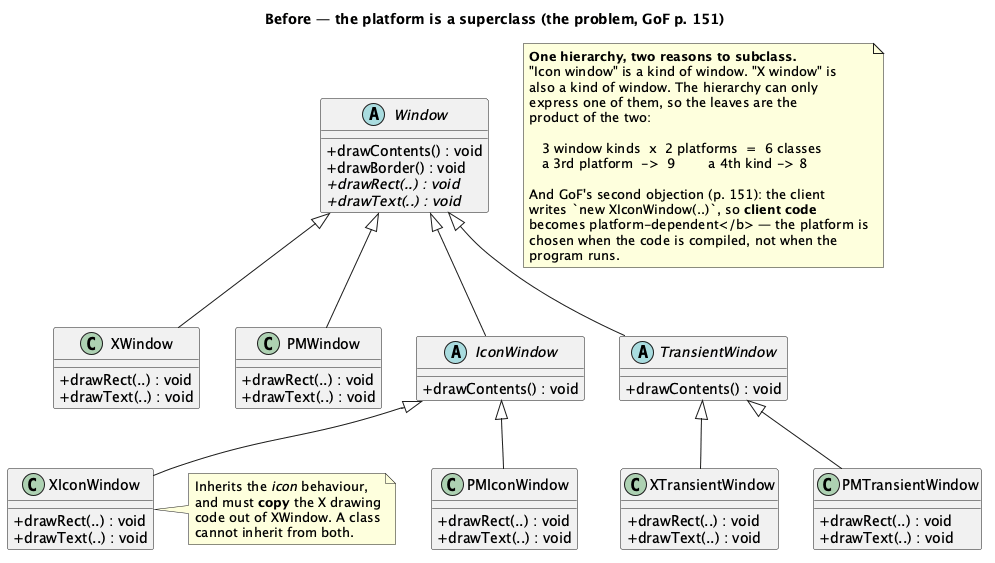
kaldiroglu/DesignPatternsWithJava keeps this PlantUML diagram as src/main/java/dev/kaldiroglu/dp/structural/bridge/gof/problem/uml/Bridge - Window (Problem) - Class Diagram.png. Above is the earlier version. Its source is kept beside it as src/main/java/dev/kaldiroglu/dp/structural/bridge/gof/problem/uml/Bridge - Window (Problem) - Class Diagram.puml.
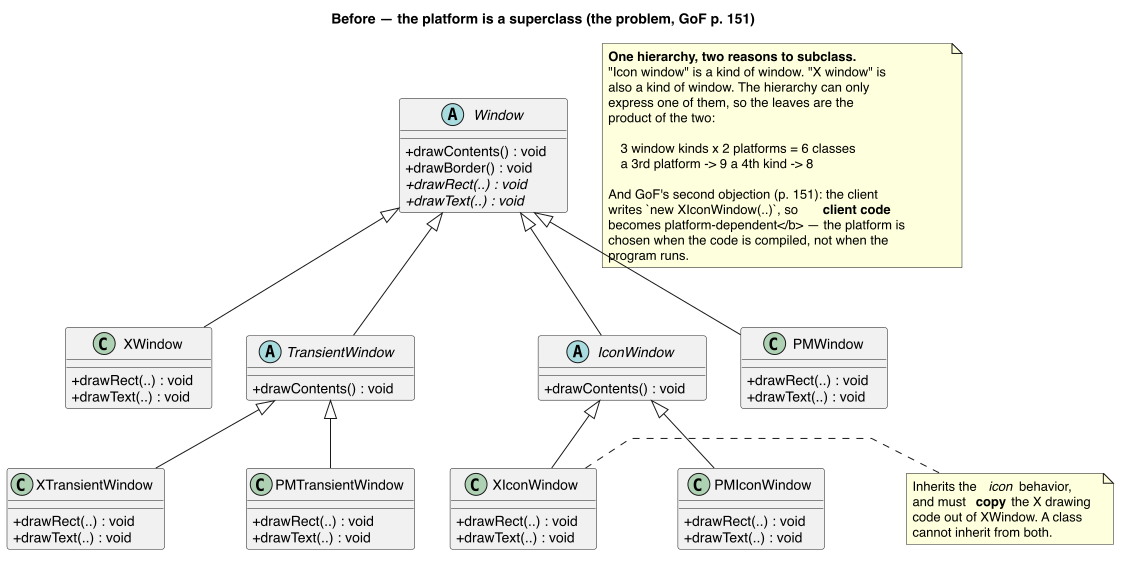
The same file after the commit.

What changed in the source:
```diff
@@ -1,4 +1,12 @@
 @startuml "Bridge - Window (Problem) - Class Diagram"
+skinparam linetype polyline
+skinparam class {
+  BackgroundColor<<spacer>> transparent
+  BorderColor<<spacer>> transparent
+  FontColor<<spacer>> transparent
+}
+hide <<spacer>> stereotype
+hide <<spacer>> circle
 skinparam classAttributeIconSize 0
 title Before — the platform is a superclass (the problem, GoF p. 151)
 
@@ -43,14 +51,14 @@
   + drawText(..) : void
 }
 
+Window <|-- TransientWindow
+Window <|-- IconWindow
+Window <|-- PMWindow
 Window <|-- XWindow
-Window <|-- PMWindow
-Window <|-- IconWindow
-Window <|-- TransientWindow
+IconWindow <|-- PMIconWindow
 IconWindow <|-- XIconWindow
-IconWindow <|-- PMIconWindow
+TransientWindow <|-- PMTransientWindow
 TransientWindow <|-- XTransientWindow
-TransientWindow <|-- PMTransientWindow
 
 note right of XIconWindow
   Inherits the <i>icon</i> behavior,
@@ -76,4 +84,25 @@
   program runs.
 end note
 
+class " " as Spacer1 <<spacer>>
+Window -[hidden]- Spacer1
+Window -[hidden]- Spacer1
+XWindow -[hidden]right- TransientWindow
+TransientWindow -[hidden]right- Spacer1
+Spacer1 -[hidden]right- IconWindow
+IconWindow -[hidden]right- PMWindow
+class " " as Spacer2 <<spacer>>
+IconWindow -[hidden]- Spacer2
+IconWindow -[hidden]- Spacer2
+XIconWindow -[hidden]right- Spacer2
+Spacer2 -[hidden]right- PMIconWindow
+class " " as Spacer3 <<spacer>>
+TransientWindow -[hidden]- Spacer3
+TransientWindow -[hidden]- Spacer3
+XTransientWindow -[hidden]right- Spacer3
+Spacer3 -[hidden]right- PMTransientWindow
+class " " as Spacer66 <<spacer>>
+IconWindow -[hidden]- Spacer66
+PMIconWindow -[hidden]right- Spacer66
+Spacer66 -[hidden]right- XIconWindow
 @enduml
```
